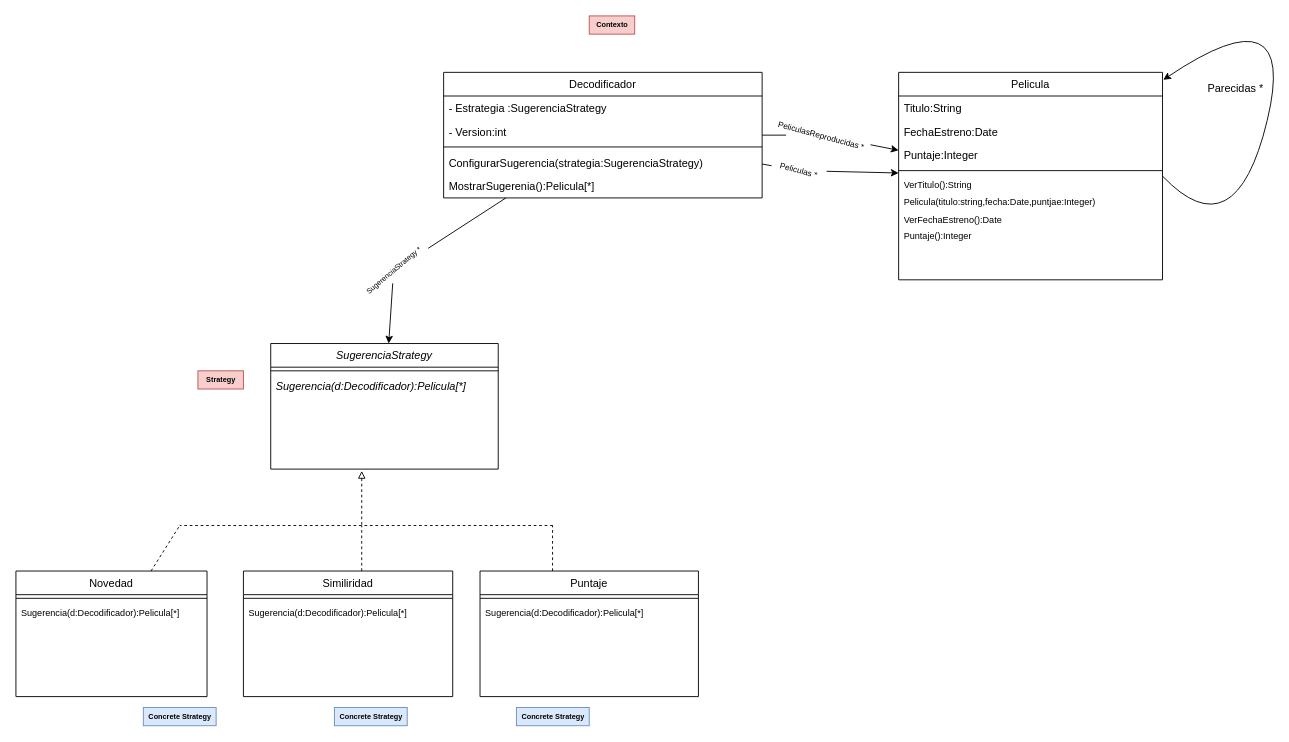
santolp/oo2 keeps this draw.io diagram as p3e4.drawio. Above is the earlier version. Source tidied: cells renumbered, new cells numbered last; positions are measured from the earlier drawing's top-left corner, leaving out a move shared by most shapes. Both pictures are drawn from the tidied source at 91%, with x=0, y=0 at pixel (15, -12).
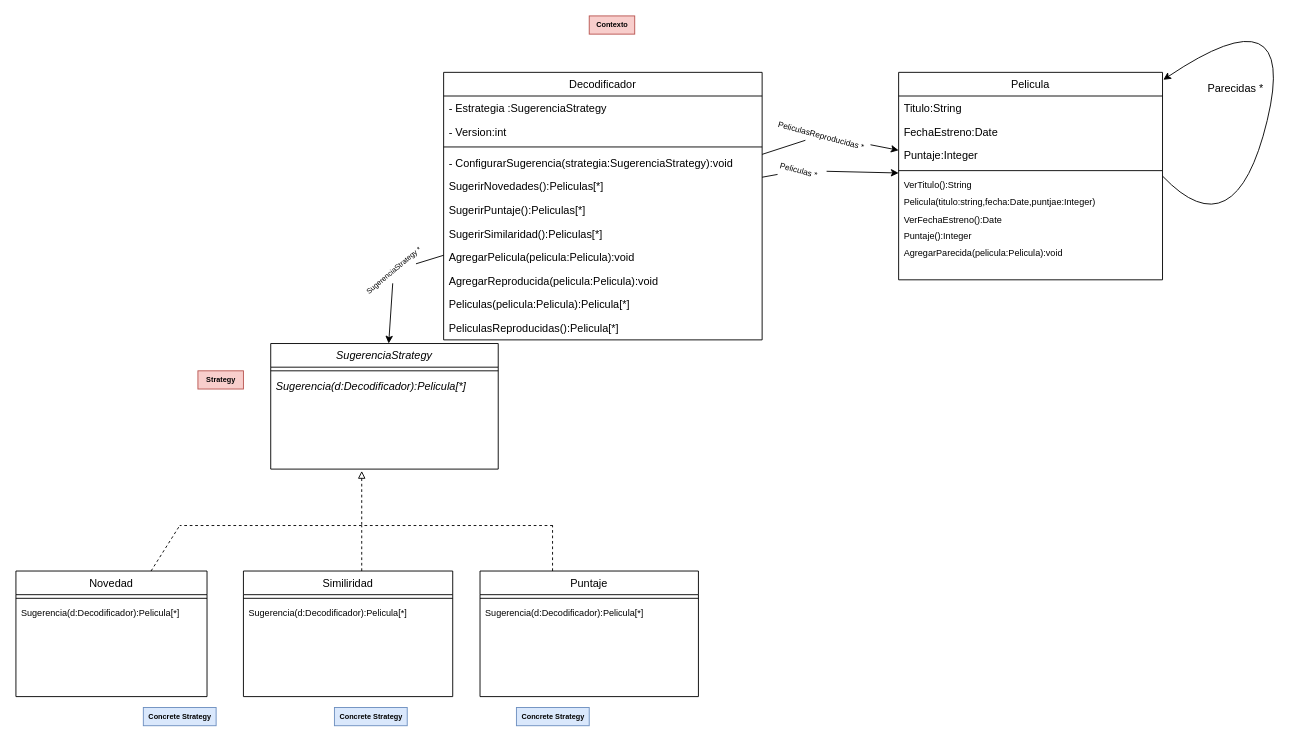
The same page after the edit.

The change refers to these unchanged cells:
```xml
<mxCell id="8" value="Pelicula" style="swimlane;fontStyle=0;align=center;verticalAlign=top;horizontal=1;startSize=26;rounded=0;shadow=0;strokeWidth=1;" parent="1" vertex="1">
  <mxGeometry x="970" y="92" width="290" height="228" as="geometry" />
</mxCell>
```

Diff of the diagram source:
```diff
@@
     <mxCell id="2" value="Decodificador" style="swimlane;fontStyle=0;align=center;verticalAlign=top;horizontal=1;startSize=26;rounded=0;shadow=0;strokeWidth=1;" parent="1" vertex="1">
-      <mxGeometry x="470" y="92" width="350" height="138" as="geometry" />
+      <mxGeometry x="470" y="92" width="350" height="294" as="geometry" />
     </mxCell>
@@
+    <mxCell id="50" value="- ConfigurarSugerencia(strategia:SugerenciaStrategy):void" style="text;align=left;verticalAlign=top;spacingLeft=4;spacingRight=4;overflow=hidden;" parent="2" vertex="1">
+      <mxGeometry y="86" width="350" height="26" as="geometry" />
+    </mxCell>
-    <mxCell id="6" value="ConfigurarSugerencia(strategia:SugerenciaStrategy)" style="text;align=left;verticalAlign=top;spacingLeft=4;spacingRight=4;overflow=hidden;" parent="2" vertex="1">
-      <mxGeometry y="86" width="350" height="26" as="geometry" />
+    <mxCell id="6" value="SugerirNovedades():Peliculas[*]" style="text;align=left;verticalAlign=top;spacingLeft=4;spacingRight=4;overflow=hidden;" parent="2" vertex="1">
+      <mxGeometry y="112" width="350" height="26" as="geometry" />
     </mxCell>
+    <mxCell id="51" value="SugerirPuntaje():Peliculas[*]" style="text;align=left;verticalAlign=top;spacingLeft=4;spacingRight=4;overflow=hidden;" parent="2" vertex="1">
+      <mxGeometry y="138" width="350" height="26" as="geometry" />
+    </mxCell>
+    <mxCell id="52" value="SugerirSimilaridad():Peliculas[*]" style="text;align=left;verticalAlign=top;spacingLeft=4;spacingRight=4;overflow=hidden;" parent="2" vertex="1">
+      <mxGeometry y="164" width="350" height="26" as="geometry" />
+    </mxCell>
+    <mxCell id="53" value="AgregarPelicula(pelicula:Pelicula):void" style="text;align=left;verticalAlign=top;spacingLeft=4;spacingRight=4;overflow=hidden;" parent="2" vertex="1">
+      <mxGeometry y="190" width="350" height="26" as="geometry" />
+    </mxCell>
-    <mxCell id="7" value="MostrarSugerenia():Pelicula[*]" style="text;align=left;verticalAlign=top;spacingLeft=4;spacingRight=4;overflow=hidden;" parent="2" vertex="1">
-      <mxGeometry y="112" width="350" height="26" as="geometry" />
+    <mxCell id="7" value="AgregarReproducida(pelicula:Pelicula):void" style="text;align=left;verticalAlign=top;spacingLeft=4;spacingRight=4;overflow=hidden;" parent="2" vertex="1">
+      <mxGeometry y="216" width="350" height="26" as="geometry" />
     </mxCell>
+    <mxCell id="54" value="Peliculas(pelicula:Pelicula):Pelicula[*]" style="text;align=left;verticalAlign=top;spacingLeft=4;spacingRight=4;overflow=hidden;" parent="2" vertex="1">
+      <mxGeometry y="242" width="350" height="26" as="geometry" />
+    </mxCell>
+    <mxCell id="55" value="PeliculasReproducidas():Pelicula[*]" style="text;align=left;verticalAlign=top;spacingLeft=4;spacingRight=4;overflow=hidden;" parent="2" vertex="1">
+      <mxGeometry y="268" width="350" height="26" as="geometry" />
+    </mxCell>
@@
+    <mxCell id="56" value="AgregarParecida(pelicula:Pelicula):void" style="text;align=left;verticalAlign=top;spacingLeft=4;spacingRight=4;overflow=hidden;fontStyle=0;fontSize=10;" parent="8" vertex="1">
+      <mxGeometry y="186" width="290" height="18" as="geometry" />
+    </mxCell>
```
